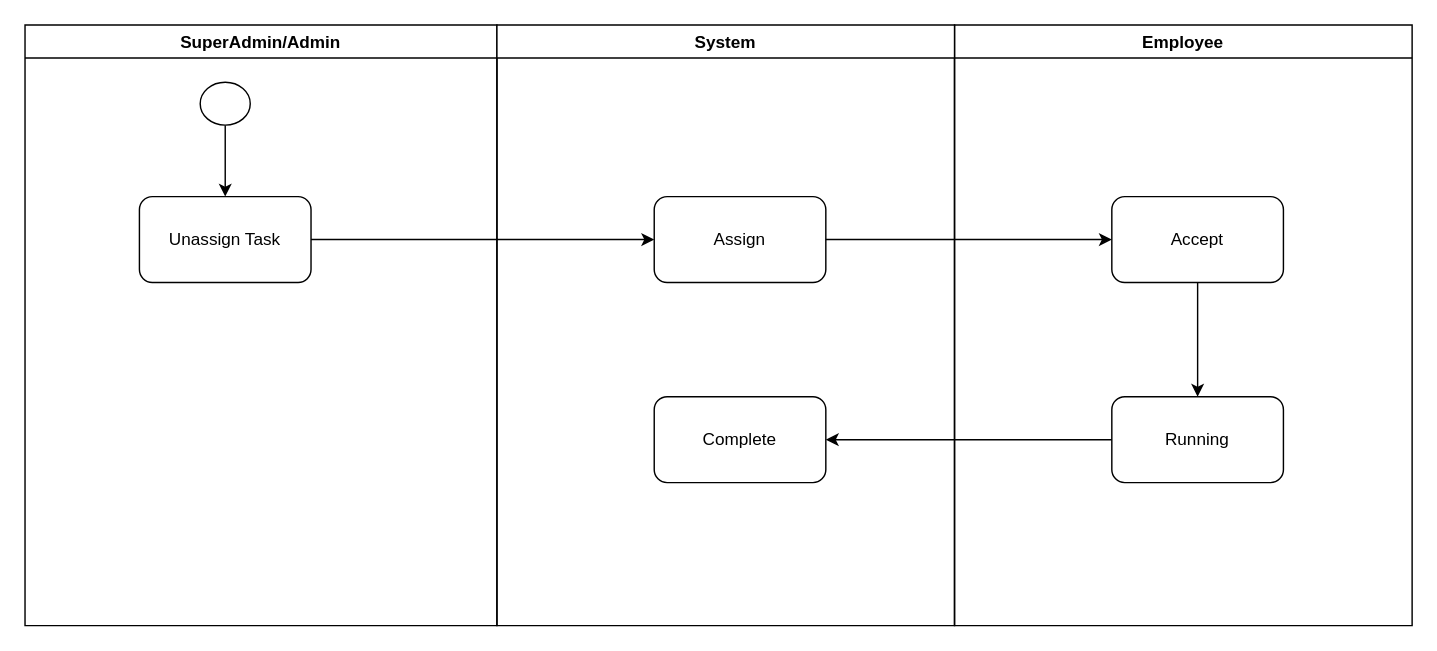
The draw.io diagram page "task" (2 of 3) of activity.drawio in leancer/AH-Docs, before the edit. Source tidied: cells renumbered, new cells numbered last; positions are measured from the earlier drawing's top-left corner, leaving out a move shared by most shapes. Both pictures are drawn from the tidied source at 143%, with x=0, y=0 at pixel (24, 24).
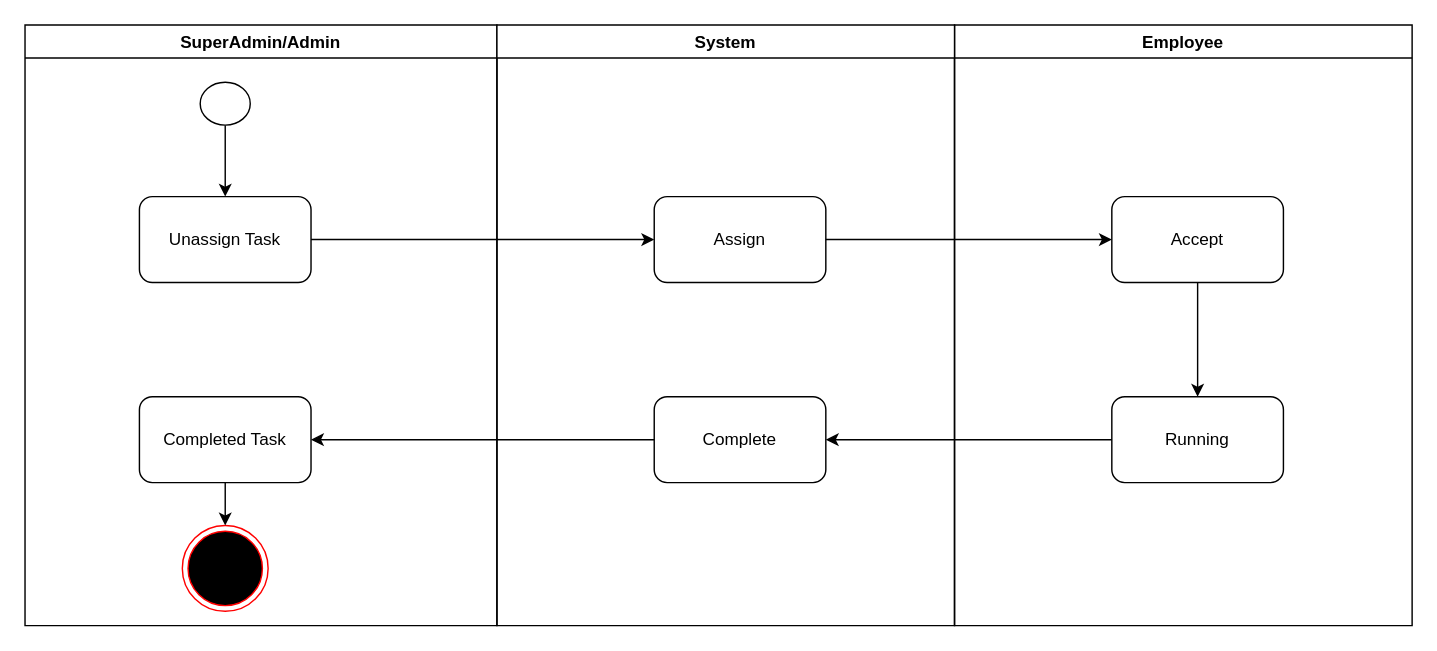
Above is the later version.

Change to the diagram source:
```diff
@@
 <mxGraphModel>
   <root>
     <mxCell id="0" />
     <mxCell id="1" parent="0" />
     <mxCell id="2" value="SuperAdmin/Admin" style="swimlane;" parent="1" vertex="1">
       <mxGeometry width="330" height="420" as="geometry" />
     </mxCell>
     <mxCell id="3" value="Unassign Task" style="rounded=1;whiteSpace=wrap;html=1;" parent="2" vertex="1">
       <mxGeometry x="80" y="120" width="120" height="60" as="geometry" />
     </mxCell>
     <mxCell id="4" style="edgeStyle=orthogonalEdgeStyle;rounded=0;jettySize=auto;html=1;exitX=0.5;exitY=1;exitDx=0;exitDy=0;entryX=0.5;entryY=0;entryDx=0;entryDy=0;" parent="2" edge="1" source="5" target="3">
       <mxGeometry relative="1" as="geometry" />
     </mxCell>
     <mxCell id="5" style="shape=mxgraph.bpmn.shape;html=1;verticalLabelPosition=bottom;labelBackgroundColor=#ffffff;verticalAlign=top;align=center;perimeter=ellipsePerimeter;outlineConnect=0;outline=standard;symbol=general;" parent="2" vertex="1">
       <mxGeometry x="122.5" y="40" width="35" height="30" as="geometry" />
     </mxCell>
+    <mxCell id="16" style="ellipse;html=1;shape=endState;fillColor=#000000;strokeColor=#ff0000;" parent="2" vertex="1">
+      <mxGeometry x="110" y="350" width="60" height="60" as="geometry" />
+    </mxCell>
+    <mxCell id="17" style="edgeStyle=orthogonalEdgeStyle;rounded=0;jettySize=auto;html=1;exitX=0.5;exitY=1;exitDx=0;exitDy=0;entryX=0.5;entryY=0;entryDx=0;entryDy=0;" parent="2" edge="1" source="18" target="16">
+      <mxGeometry relative="1" as="geometry" />
+    </mxCell>
+    <mxCell id="18" value="Completed Task" style="rounded=1;whiteSpace=wrap;html=1;" parent="2" vertex="1">
+      <mxGeometry x="80" y="260" width="120" height="60" as="geometry" />
+    </mxCell>
     <mxCell id="6" value="Employee" style="swimlane;" parent="1" vertex="1">
       <mxGeometry x="650" width="320" height="420" as="geometry" />
     </mxCell>
     <mxCell id="7" style="edgeStyle=orthogonalEdgeStyle;rounded=0;jettySize=auto;html=1;exitX=0.5;exitY=1;exitDx=0;exitDy=0;" parent="6" edge="1" source="8" target="9">
       <mxGeometry relative="1" as="geometry" />
     </mxCell>
     <mxCell id="8" value="Accept" style="rounded=1;whiteSpace=wrap;html=1;" parent="6" vertex="1">
       <mxGeometry x="110" y="120" width="120" height="60" as="geometry" />
     </mxCell>
     <mxCell id="9" value="Running" style="rounded=1;whiteSpace=wrap;html=1;" parent="6" vertex="1">
       <mxGeometry x="110" y="260" width="120" height="60" as="geometry" />
     </mxCell>
     <mxCell id="10" value="System" style="swimlane;" parent="1" vertex="1">
       <mxGeometry x="330" width="320" height="420" as="geometry" />
     </mxCell>
     <mxCell id="11" value="Assign" style="rounded=1;whiteSpace=wrap;html=1;" parent="10" vertex="1">
       <mxGeometry x="110" y="120" width="120" height="60" as="geometry" />
     </mxCell>
     <mxCell id="12" value="Complete" style="rounded=1;whiteSpace=wrap;html=1;" parent="10" vertex="1">
       <mxGeometry x="110" y="260" width="120" height="60" as="geometry" />
     </mxCell>
     <mxCell id="13" style="edgeStyle=orthogonalEdgeStyle;rounded=0;jettySize=auto;html=1;exitX=1;exitY=0.5;exitDx=0;exitDy=0;" parent="1" edge="1" source="3" target="11">
       <mxGeometry relative="1" as="geometry" />
     </mxCell>
     <mxCell id="14" style="edgeStyle=orthogonalEdgeStyle;rounded=0;jettySize=auto;html=1;exitX=1;exitY=0.5;exitDx=0;exitDy=0;entryX=0;entryY=0.5;entryDx=0;entryDy=0;" parent="1" edge="1" source="11" target="8">
       <mxGeometry relative="1" as="geometry" />
     </mxCell>
     <mxCell id="15" style="edgeStyle=orthogonalEdgeStyle;rounded=0;jettySize=auto;html=1;exitX=0;exitY=0.5;exitDx=0;exitDy=0;" parent="1" edge="1" source="9" target="12">
       <mxGeometry relative="1" as="geometry" />
     </mxCell>
+    <mxCell id="19" style="edgeStyle=orthogonalEdgeStyle;rounded=0;jettySize=auto;html=1;" parent="1" edge="1" source="12" target="18">
+      <mxGeometry relative="1" as="geometry" />
+    </mxCell>
   </root>
 </mxGraphModel>
```
